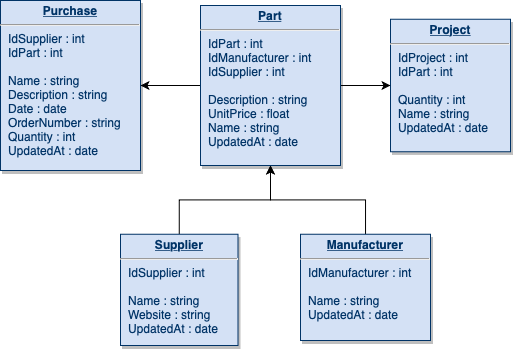
Before: docs/img/database.png, a diagram exported from draw.io (ztnel/masterbomb). Source tidied: cells renumbered, new cells last; positions are measured from the earlier drawing's top-left corner, leaving out a move shared by most shapes.
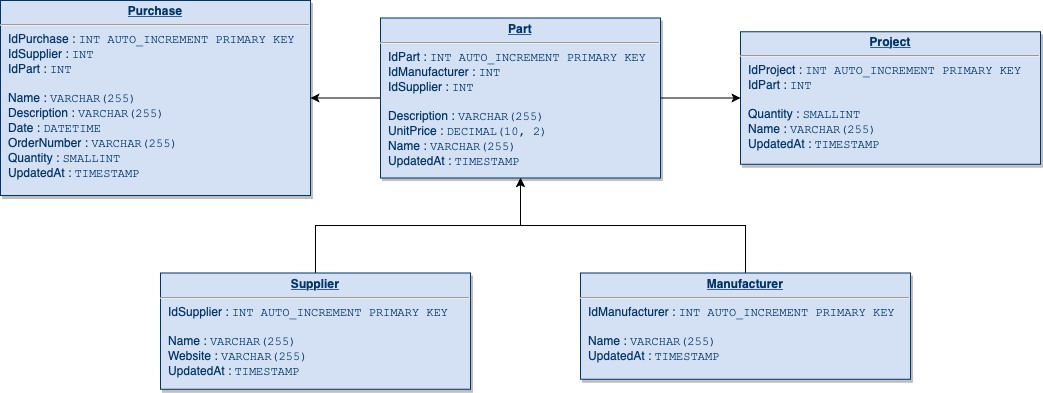
After the commit.

Commit message:
add sql syntax to design diagram

The edit, as a diff of the source:
```diff
@@ -5,20 +5,20 @@
     <mxCell id="2" style="edgeStyle=orthogonalEdgeStyle;rounded=0;jettySize=auto;html=1;entryX=0.5;entryY=1;entryDx=0;entryDy=0;fontColor=#003366;" parent="1" edge="1" source="3" target="10">
       <mxGeometry relative="1" as="geometry" />
     </mxCell>
-    <mxCell id="3" value="&lt;p style=&quot;margin: 0px ; margin-top: 4px ; text-align: center ; text-decoration: underline&quot;&gt;&lt;strong&gt;Manufacturer&lt;/strong&gt;&lt;/p&gt;&lt;hr&gt;&lt;p style=&quot;margin: 0px ; margin-left: 8px&quot;&gt;IdManufacturer : int&lt;/p&gt;&lt;p style=&quot;margin: 0px ; margin-left: 8px&quot;&gt;&lt;br&gt;Name : string&lt;/p&gt;&lt;p style=&quot;margin: 0px ; margin-left: 8px&quot;&gt;UpdatedAt : date&lt;br&gt;&lt;/p&gt;" style="verticalAlign=top;align=left;overflow=fill;fontSize=12;fontFamily=Helvetica;html=1;strokeColor=#003366;shadow=1;fillColor=#D4E1F5;fontColor=#003366;" parent="1" vertex="1">
-      <mxGeometry x="300" y="233.8" width="130" height="106.2" as="geometry" />
+    <mxCell id="3" value="&lt;p style=&quot;margin: 0px ; margin-top: 4px ; text-align: center ; text-decoration: underline&quot;&gt;&lt;strong&gt;Manufacturer&lt;/strong&gt;&lt;/p&gt;&lt;hr&gt;&lt;p style=&quot;margin: 0px ; margin-left: 8px&quot;&gt;IdManufacturer : &lt;font face=&quot;Courier New&quot;&gt;INT AUTO_INCREMENT PRIMARY KEY&lt;/font&gt;&lt;/p&gt;&lt;p style=&quot;margin: 0px ; margin-left: 8px&quot;&gt;&lt;br&gt;Name : &lt;font face=&quot;Courier New&quot;&gt;VARCHAR(255)&lt;/font&gt;&lt;/p&gt;&lt;p style=&quot;margin: 0px ; margin-left: 8px&quot;&gt;UpdatedAt : &lt;font face=&quot;Courier New&quot;&gt;TIMESTAMP&lt;/font&gt;&lt;br&gt;&lt;/p&gt;" style="verticalAlign=top;align=left;overflow=fill;fontSize=12;fontFamily=Helvetica;html=1;strokeColor=#003366;shadow=1;fillColor=#D4E1F5;fontColor=#003366;" parent="1" vertex="1">
+      <mxGeometry x="590" y="342.5" width="330" height="106.2" as="geometry" />
     </mxCell>
-    <mxCell id="4" value="&lt;p style=&quot;margin: 0px ; margin-top: 4px ; text-align: center ; text-decoration: underline&quot;&gt;&lt;strong&gt;Purchase&lt;/strong&gt;&lt;/p&gt;&lt;hr&gt;&lt;p style=&quot;margin: 0px 0px 0px 8px&quot;&gt;IdSupplier : int&lt;/p&gt;&lt;p style=&quot;margin: 0px 0px 0px 8px&quot;&gt;IdPart : int&lt;/p&gt;&lt;p style=&quot;margin: 0px 0px 0px 8px&quot;&gt;&lt;br&gt;&lt;/p&gt;&lt;p style=&quot;margin: 0px ; margin-left: 8px&quot;&gt;Name : string&lt;/p&gt;&lt;p style=&quot;margin: 0px ; margin-left: 8px&quot;&gt;Description : string&lt;/p&gt;&lt;p style=&quot;margin: 0px ; margin-left: 8px&quot;&gt;Date : date&lt;/p&gt;&lt;p style=&quot;margin: 0px ; margin-left: 8px&quot;&gt;OrderNumber : string&lt;/p&gt;&lt;p style=&quot;margin: 0px ; margin-left: 8px&quot;&gt;Quantity : int&lt;/p&gt;&lt;p style=&quot;margin: 0px ; margin-left: 8px&quot;&gt;UpdatedAt : date&lt;br&gt;&lt;/p&gt;" style="verticalAlign=top;align=left;overflow=fill;fontSize=12;fontFamily=Helvetica;html=1;strokeColor=#003366;shadow=1;fillColor=#D4E1F5;fontColor=#003366;" parent="1" vertex="1">
-      <mxGeometry width="140" height="170" as="geometry" />
+    <mxCell id="4" value="&lt;p style=&quot;margin: 0px ; margin-top: 4px ; text-align: center ; text-decoration: underline&quot;&gt;&lt;strong&gt;Purchase&lt;/strong&gt;&lt;/p&gt;&lt;hr&gt;&lt;p style=&quot;margin: 0px 0px 0px 8px&quot;&gt;IdPurchase : &lt;font face=&quot;Courier New&quot;&gt;INT AUTO_INCREMENT PRIMARY KEY&lt;/font&gt;&lt;/p&gt;&lt;p style=&quot;margin: 0px 0px 0px 8px&quot;&gt;IdSupplier : &lt;font face=&quot;Courier New&quot;&gt;INT&lt;/font&gt;&lt;/p&gt;&lt;p style=&quot;margin: 0px 0px 0px 8px&quot;&gt;IdPart : &lt;font face=&quot;Courier New&quot;&gt;INT&lt;/font&gt;&lt;/p&gt;&lt;p style=&quot;margin: 0px 0px 0px 8px&quot;&gt;&lt;br&gt;&lt;/p&gt;&lt;p style=&quot;margin: 0px ; margin-left: 8px&quot;&gt;Name : &lt;font face=&quot;Courier New&quot;&gt;VARCHAR(255)&lt;/font&gt;&lt;/p&gt;&lt;p style=&quot;margin: 0px ; margin-left: 8px&quot;&gt;Description : &lt;font face=&quot;Courier New&quot;&gt;VARCHAR(255)&lt;/font&gt;&lt;/p&gt;&lt;p style=&quot;margin: 0px ; margin-left: 8px&quot;&gt;Date : &lt;font face=&quot;Courier New&quot;&gt;DATETIME&lt;/font&gt;&lt;/p&gt;&lt;p style=&quot;margin: 0px ; margin-left: 8px&quot;&gt;OrderNumber : &lt;font face=&quot;Courier New&quot;&gt;VARCHAR(255)&lt;/font&gt;&lt;/p&gt;&lt;p style=&quot;margin: 0px ; margin-left: 8px&quot;&gt;Quantity : &lt;font face=&quot;Courier New&quot;&gt;SMALLINT&lt;/font&gt;&lt;/p&gt;&lt;p style=&quot;margin: 0px ; margin-left: 8px&quot;&gt;UpdatedAt : &lt;font face=&quot;Courier New&quot;&gt;TIMESTAMP&lt;/font&gt;&lt;br&gt;&lt;/p&gt;" style="verticalAlign=top;align=left;overflow=fill;fontSize=12;fontFamily=Helvetica;html=1;strokeColor=#003366;shadow=1;fillColor=#D4E1F5;fontColor=#003366;" parent="1" vertex="1">
+      <mxGeometry x="10" y="70" width="310" height="195" as="geometry" />
     </mxCell>
     <mxCell id="5" style="edgeStyle=orthogonalEdgeStyle;rounded=0;jettySize=auto;html=1;entryX=0.5;entryY=1;entryDx=0;entryDy=0;fontColor=#003366;" parent="1" edge="1" source="6" target="10">
       <mxGeometry relative="1" as="geometry" />
     </mxCell>
-    <mxCell id="6" value="&lt;p style=&quot;margin: 0px ; margin-top: 4px ; text-align: center ; text-decoration: underline&quot;&gt;&lt;strong&gt;Supplier&lt;/strong&gt;&lt;/p&gt;&lt;hr&gt;&lt;p style=&quot;margin: 0px ; margin-left: 8px&quot;&gt;IdSupplier : int&lt;/p&gt;&lt;p style=&quot;margin: 0px ; margin-left: 8px&quot;&gt;&lt;br&gt;&lt;/p&gt;&lt;p style=&quot;margin: 0px ; margin-left: 8px&quot;&gt;Name : string&lt;/p&gt;&lt;p style=&quot;margin: 0px ; margin-left: 8px&quot;&gt;Website : string&lt;/p&gt;&lt;p style=&quot;margin: 0px ; margin-left: 8px&quot;&gt;UpdatedAt : date&lt;br&gt;&lt;/p&gt;" style="verticalAlign=top;align=left;overflow=fill;fontSize=12;fontFamily=Helvetica;html=1;strokeColor=#003366;shadow=1;fillColor=#D4E1F5;fontColor=#003366;" parent="1" vertex="1">
-      <mxGeometry x="120" y="233.8" width="117.5" height="111.2" as="geometry" />
+    <mxCell id="6" value="&lt;p style=&quot;margin: 0px ; margin-top: 4px ; text-align: center ; text-decoration: underline&quot;&gt;&lt;strong&gt;Supplier&lt;/strong&gt;&lt;/p&gt;&lt;hr&gt;&lt;p style=&quot;margin: 0px ; margin-left: 8px&quot;&gt;IdSupplier : &lt;font face=&quot;Courier New&quot;&gt;INT AUTO_INCREMENT PRIMARY KEY&lt;/font&gt;&lt;/p&gt;&lt;p style=&quot;margin: 0px ; margin-left: 8px&quot;&gt;&lt;br&gt;&lt;/p&gt;&lt;p style=&quot;margin: 0px ; margin-left: 8px&quot;&gt;Name : &lt;font face=&quot;Courier New&quot;&gt;VARCHAR(255)&lt;/font&gt;&lt;/p&gt;&lt;p style=&quot;margin: 0px ; margin-left: 8px&quot;&gt;Website : &lt;font face=&quot;Courier New&quot;&gt;VARCHAR(255)&lt;/font&gt;&lt;/p&gt;&lt;p style=&quot;margin: 0px ; margin-left: 8px&quot;&gt;UpdatedAt : &lt;font face=&quot;Courier New&quot;&gt;TIMESTAMP&lt;/font&gt;&lt;br&gt;&lt;/p&gt;" style="verticalAlign=top;align=left;overflow=fill;fontSize=12;fontFamily=Helvetica;html=1;strokeColor=#003366;shadow=1;fillColor=#D4E1F5;fontColor=#003366;" parent="1" vertex="1">
+      <mxGeometry x="170" y="342.5" width="310" height="116.2" as="geometry" />
     </mxCell>
-    <mxCell id="7" value="&lt;p style=&quot;margin: 0px ; margin-top: 4px ; text-align: center ; text-decoration: underline&quot;&gt;&lt;strong&gt;Project&lt;/strong&gt;&lt;/p&gt;&lt;hr&gt;&lt;p style=&quot;margin: 0px ; margin-left: 8px&quot;&gt;IdProject : int&lt;/p&gt;&lt;p style=&quot;margin: 0px ; margin-left: 8px&quot;&gt;IdPart : int&lt;/p&gt;&lt;p style=&quot;margin: 0px ; margin-left: 8px&quot;&gt;&lt;br&gt;&lt;/p&gt;&lt;p style=&quot;margin: 0px ; margin-left: 8px&quot;&gt;Quantity : int&lt;/p&gt;&lt;p style=&quot;margin: 0px ; margin-left: 8px&quot;&gt;Name : string&lt;/p&gt;&lt;p style=&quot;margin: 0px ; margin-left: 8px&quot;&gt;UpdatedAt : date&lt;br&gt;&lt;/p&gt;" style="verticalAlign=top;align=left;overflow=fill;fontSize=12;fontFamily=Helvetica;html=1;strokeColor=#003366;shadow=1;fillColor=#D4E1F5;fontColor=#003366;" parent="1" vertex="1">
-      <mxGeometry x="390" y="18.8" width="120" height="132.5" as="geometry" />
+    <mxCell id="7" value="&lt;p style=&quot;margin: 0px ; margin-top: 4px ; text-align: center ; text-decoration: underline&quot;&gt;&lt;strong&gt;Project&lt;/strong&gt;&lt;/p&gt;&lt;hr&gt;&lt;p style=&quot;margin: 0px ; margin-left: 8px&quot;&gt;IdProject : &lt;font face=&quot;Courier New&quot;&gt;INT AUTO_INCREMENT PRIMARY KEY&lt;/font&gt;&lt;/p&gt;&lt;p style=&quot;margin: 0px ; margin-left: 8px&quot;&gt;IdPart : &lt;font face=&quot;Courier New&quot;&gt;INT&lt;/font&gt;&lt;/p&gt;&lt;p style=&quot;margin: 0px ; margin-left: 8px&quot;&gt;&lt;br&gt;&lt;/p&gt;&lt;p style=&quot;margin: 0px ; margin-left: 8px&quot;&gt;Quantity : &lt;font face=&quot;Courier New&quot;&gt;SMALLINT&lt;/font&gt;&lt;/p&gt;&lt;p style=&quot;margin: 0px ; margin-left: 8px&quot;&gt;Name : &lt;font face=&quot;Courier New&quot;&gt;VARCHAR(255)&lt;/font&gt;&lt;/p&gt;&lt;p style=&quot;margin: 0px ; margin-left: 8px&quot;&gt;UpdatedAt : &lt;font face=&quot;Courier New&quot;&gt;TIMESTAMP&lt;/font&gt;&lt;br&gt;&lt;/p&gt;" style="verticalAlign=top;align=left;overflow=fill;fontSize=12;fontFamily=Helvetica;html=1;strokeColor=#003366;shadow=1;fillColor=#D4E1F5;fontColor=#003366;" parent="1" vertex="1">
+      <mxGeometry x="750" y="101.2" width="300" height="132.5" as="geometry" />
     </mxCell>
     <mxCell id="8" style="edgeStyle=orthogonalEdgeStyle;rounded=0;jettySize=auto;html=1;entryX=0;entryY=0.5;entryDx=0;entryDy=0;fontColor=#003366;" parent="1" edge="1" source="10" target="7">
       <mxGeometry relative="1" as="geometry" />
@@ -26,8 +26,8 @@
     <mxCell id="9" style="edgeStyle=orthogonalEdgeStyle;rounded=0;jettySize=auto;html=1;entryX=1;entryY=0.5;entryDx=0;entryDy=0;fontColor=#003366;" parent="1" edge="1" source="10" target="4">
       <mxGeometry relative="1" as="geometry" />
     </mxCell>
-    <mxCell id="10" value="&lt;p style=&quot;margin: 0px ; margin-top: 4px ; text-align: center ; text-decoration: underline&quot;&gt;&lt;strong&gt;Part&lt;/strong&gt;&lt;/p&gt;&lt;hr&gt;&lt;p style=&quot;margin: 0px ; margin-left: 8px&quot;&gt;IdPart : int&lt;/p&gt;&lt;p style=&quot;margin: 0px ; margin-left: 8px&quot;&gt;IdManufacturer : int&lt;/p&gt;&lt;p style=&quot;margin: 0px ; margin-left: 8px&quot;&gt;IdSupplier : int&lt;/p&gt;&lt;p style=&quot;margin: 0px ; margin-left: 8px&quot;&gt;&lt;br&gt;&lt;/p&gt;&lt;p style=&quot;margin: 0px ; margin-left: 8px&quot;&gt;Description : string&lt;/p&gt;&lt;p style=&quot;margin: 0px ; margin-left: 8px&quot;&gt;UnitPrice : float&lt;/p&gt;&lt;p style=&quot;margin: 0px ; margin-left: 8px&quot;&gt;Name : string&lt;br&gt;&lt;/p&gt;&lt;p style=&quot;margin: 0px ; margin-left: 8px&quot;&gt;UpdatedAt : date&lt;/p&gt;" style="verticalAlign=top;align=left;overflow=fill;fontSize=12;fontFamily=Helvetica;html=1;strokeColor=#003366;shadow=1;fillColor=#D4E1F5;fontColor=#003366;" parent="1" vertex="1">
-      <mxGeometry x="200" y="5" width="140" height="160" as="geometry" />
+    <mxCell id="10" value="&lt;p style=&quot;margin: 0px ; margin-top: 4px ; text-align: center ; text-decoration: underline&quot;&gt;&lt;strong&gt;Part&lt;/strong&gt;&lt;/p&gt;&lt;hr&gt;&lt;p style=&quot;margin: 0px ; margin-left: 8px&quot;&gt;IdPart : &lt;font face=&quot;Courier New&quot;&gt;INT AUTO_INCREMENT PRIMARY KEY&lt;/font&gt;&lt;/p&gt;&lt;p style=&quot;margin: 0px ; margin-left: 8px&quot;&gt;IdManufacturer : &lt;font face=&quot;Courier New&quot;&gt;INT&lt;/font&gt;&lt;/p&gt;&lt;p style=&quot;margin: 0px ; margin-left: 8px&quot;&gt;IdSupplier : &lt;font face=&quot;Courier New&quot;&gt;INT&lt;/font&gt;&lt;/p&gt;&lt;p style=&quot;margin: 0px ; margin-left: 8px&quot;&gt;&lt;br&gt;&lt;/p&gt;&lt;p style=&quot;margin: 0px ; margin-left: 8px&quot;&gt;Description : &lt;font face=&quot;Courier New&quot;&gt;VARCHAR(255)&lt;/font&gt;&lt;/p&gt;&lt;p style=&quot;margin: 0px ; margin-left: 8px&quot;&gt;UnitPrice : &lt;font face=&quot;Courier New&quot;&gt;DECIMAL(10, 2)&lt;/font&gt;&lt;/p&gt;&lt;p style=&quot;margin: 0px ; margin-left: 8px&quot;&gt;Name : &lt;font face=&quot;Courier New&quot;&gt;VARCHAR(255)&lt;/font&gt;&lt;br&gt;&lt;/p&gt;&lt;p style=&quot;margin: 0px ; margin-left: 8px&quot;&gt;UpdatedAt : &lt;font face=&quot;Courier New&quot;&gt;TIMESTAMP&lt;/font&gt;&lt;/p&gt;" style="verticalAlign=top;align=left;overflow=fill;fontSize=12;fontFamily=Helvetica;html=1;strokeColor=#003366;shadow=1;fillColor=#D4E1F5;fontColor=#003366;" parent="1" vertex="1">
+      <mxGeometry x="390" y="87.5" width="280" height="160" as="geometry" />
     </mxCell>
   </root>
 </mxGraphModel>
```
